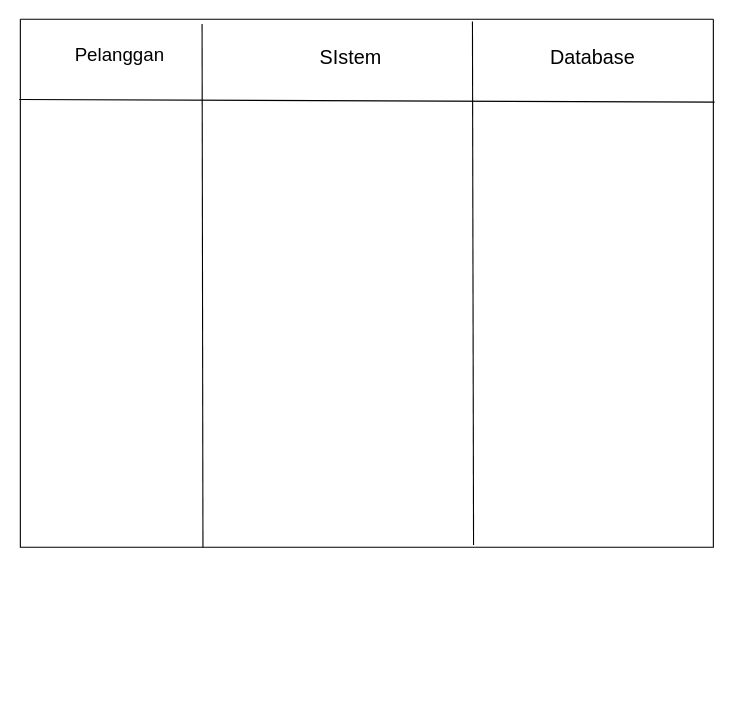
Before: 1.drawio in Amdfauzn/example, a draw.io diagram. Source tidied: cells renumbered, new cells numbered last; positions are measured from the earlier drawing's top-left corner, leaving out a move shared by most shapes. Both pictures are drawn from the tidied source at 110%, with x=0, y=0 at pixel (19, 19).
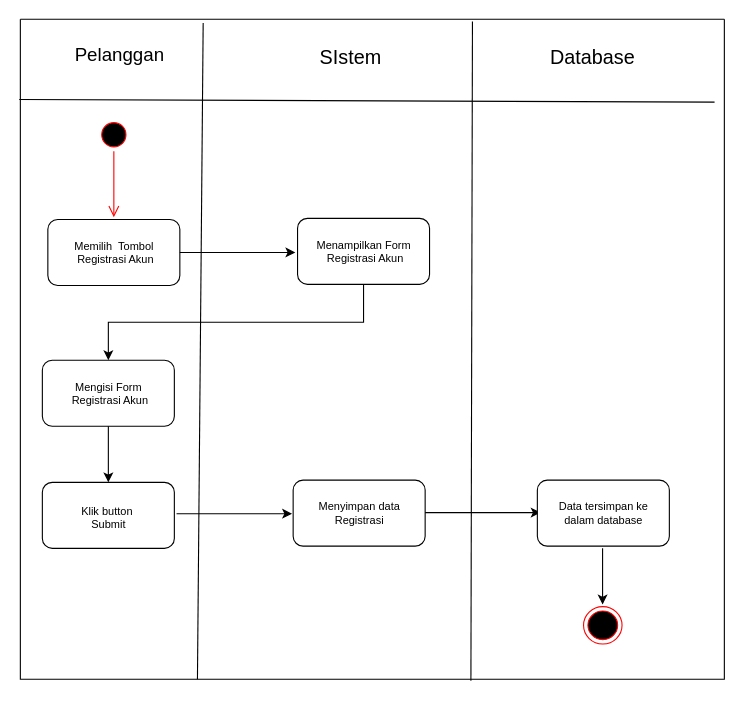
After the change.

What changed in the source:
```diff
@@
     <mxCell id="2" style="swimlane;startSize=0;" parent="1" vertex="1">
-      <mxGeometry x="1" width="630" height="480" as="geometry" />
+      <mxGeometry x="1" width="640" height="600" as="geometry" />
     </mxCell>
-    <mxCell id="3" style="endArrow=none;html=1;rounded=0;exitX=0.205;exitY=0.009;exitDx=0;exitDy=0;exitPerimeter=0;" parent="2" edge="1">
+    <mxCell id="3" style="endArrow=none;html=1;rounded=0;exitX=0.205;exitY=0.009;exitDx=0;exitDy=0;exitPerimeter=0;entryX=0.25;entryY=1;entryDx=0;entryDy=0;" parent="2" edge="1">
       <mxGeometry relative="1" as="geometry">
-        <mxPoint x="165.2" y="4.3" as="sourcePoint" />
-        <mxPoint x="166" y="480" as="targetPoint" />
+        <mxPoint x="166.2" y="3.3" as="sourcePoint" />
+        <mxPoint x="161" y="600" as="targetPoint" />
       </mxGeometry>
     </mxCell>
-    <mxCell id="4" style="endArrow=none;html=1;rounded=0;exitX=0.205;exitY=0.009;exitDx=0;exitDy=0;exitPerimeter=0;" parent="2" edge="1">
+    <mxCell id="4" style="endArrow=none;html=1;rounded=0;exitX=0.205;exitY=0.009;exitDx=0;exitDy=0;exitPerimeter=0;entryX=0.64;entryY=1.004;entryDx=0;entryDy=0;entryPerimeter=0;" parent="2" edge="1">
       <mxGeometry relative="1" as="geometry">
         <mxPoint x="411" y="2" as="sourcePoint" />
-        <mxPoint x="412" y="478" as="targetPoint" />
+        <mxPoint x="409.6" y="601.4" as="targetPoint" />
       </mxGeometry>
     </mxCell>
@@
+    <mxCell id="9" style="ellipse;html=1;shape=endState;fillColor=#000000;strokeColor=#ff0000;" parent="2" vertex="1">
+      <mxGeometry x="512" y="534" width="35" height="34" as="geometry" />
+    </mxCell>
+    <mxCell id="10" style="ellipse;html=1;shape=startState;fillColor=#000000;strokeColor=#ff0000;" parent="2" vertex="1">
+      <mxGeometry x="70" y="90" width="30" height="30" as="geometry" />
+    </mxCell>
+    <mxCell id="11" style="edgeStyle=orthogonalEdgeStyle;html=1;verticalAlign=bottom;endArrow=open;endSize=8;strokeColor=#ff0000;rounded=0;" parent="2" edge="1" source="10">
+      <mxGeometry relative="1" as="geometry">
+        <mxPoint x="85" y="180" as="targetPoint" />
+      </mxGeometry>
+    </mxCell>
+    <mxCell id="12" style="rounded=1;whiteSpace=wrap;html=1;" parent="2" vertex="1">
+      <mxGeometry x="25" y="182" width="120" height="60" as="geometry" />
+    </mxCell>
+    <mxCell id="13" style="rounded=1;whiteSpace=wrap;html=1;" parent="2" vertex="1">
+      <mxGeometry x="252" y="181" width="120" height="60" as="geometry" />
+    </mxCell>
+    <mxCell id="14" style="rounded=1;whiteSpace=wrap;html=1;" parent="2" vertex="1">
+      <mxGeometry x="20" y="310" width="120" height="60" as="geometry" />
+    </mxCell>
+    <mxCell id="15" style="endArrow=classic;html=1;rounded=0;exitX=0.5;exitY=1;exitDx=0;exitDy=0;edgeStyle=orthogonalEdgeStyle;" parent="2" edge="1" source="13" target="14">
+      <mxGeometry relative="1" as="geometry" />
+    </mxCell>
+    <mxCell id="16" style="rounded=1;whiteSpace=wrap;html=1;" parent="2" vertex="1">
+      <mxGeometry x="20" y="421" width="120" height="60" as="geometry" />
+    </mxCell>
+    <mxCell id="17" style="endArrow=classic;html=1;rounded=0;exitX=0.5;exitY=1;exitDx=0;exitDy=0;" parent="2" edge="1" source="14" target="16">
+      <mxGeometry relative="1" as="geometry">
+        <Array as="points">
+          <mxPoint x="80" y="420" />
+        </Array>
+      </mxGeometry>
+    </mxCell>
+    <mxCell id="18" style="endArrow=classic;html=1;rounded=0;" parent="2" edge="1">
+      <mxGeometry relative="1" as="geometry">
+        <mxPoint x="142" y="449.5" as="sourcePoint" />
+        <mxPoint x="247" y="449.5" as="targetPoint" />
+      </mxGeometry>
+    </mxCell>
+    <mxCell id="19" style="rounded=1;whiteSpace=wrap;html=1;" parent="2" vertex="1">
+      <mxGeometry x="248" y="419" width="120" height="60" as="geometry" />
+    </mxCell>
+    <mxCell id="20" style="endArrow=classic;html=1;rounded=0;" parent="2" edge="1">
+      <mxGeometry relative="1" as="geometry">
+        <mxPoint x="368" y="448.5" as="sourcePoint" />
+        <mxPoint x="473" y="448.5" as="targetPoint" />
+      </mxGeometry>
+    </mxCell>
+    <mxCell id="21" style="rounded=1;whiteSpace=wrap;html=1;" parent="2" vertex="1">
+      <mxGeometry x="470" y="419" width="120" height="60" as="geometry" />
+    </mxCell>
+    <mxCell id="22" style="endArrow=classic;html=1;rounded=0;exitX=0.5;exitY=1;exitDx=0;exitDy=0;" parent="2" edge="1">
+      <mxGeometry relative="1" as="geometry">
+        <mxPoint x="529.3" y="481" as="sourcePoint" />
+        <mxPoint x="529.3" y="532" as="targetPoint" />
+        <Array as="points">
+          <mxPoint x="529.3" y="531" />
+        </Array>
+      </mxGeometry>
+    </mxCell>
+    <mxCell id="23" value="Memilih&amp;nbsp; Tombol&lt;br&gt;&amp;nbsp;Registrasi Akun" style="text;html=1;align=center;verticalAlign=middle;fontSize=10;" parent="2" vertex="1">
+      <mxGeometry x="35" y="192" width="100" height="40" as="geometry" />
+    </mxCell>
+    <mxCell id="24" value="Menampilkan Form&lt;br&gt;&amp;nbsp;Registrasi Akun" style="text;html=1;align=center;verticalAlign=middle;fontSize=10;" parent="2" vertex="1">
+      <mxGeometry x="257" y="191" width="110" height="40" as="geometry" />
+    </mxCell>
+    <mxCell id="25" value="Mengisi Form&lt;br&gt;&amp;nbsp;Registrasi Akun" style="text;html=1;align=center;verticalAlign=middle;fontSize=10;" parent="2" vertex="1">
+      <mxGeometry x="30" y="320" width="100" height="40" as="geometry" />
+    </mxCell>
+    <mxCell id="26" value="Klik button&amp;nbsp;&lt;div&gt;Submit&lt;/div&gt;" style="text;html=1;align=center;verticalAlign=middle;fontSize=10;" parent="2" vertex="1">
+      <mxGeometry x="45" y="433" width="70" height="40" as="geometry" />
+    </mxCell>
+    <mxCell id="27" value="Menyimpan data&lt;div&gt;Registrasi&lt;/div&gt;" style="text;html=1;align=center;verticalAlign=middle;fontSize=10;" parent="2" vertex="1">
+      <mxGeometry x="258" y="429" width="100" height="40" as="geometry" />
+    </mxCell>
+    <mxCell id="28" value="Data tersimpan ke&lt;div&gt;dalam database&lt;/div&gt;" style="text;html=1;align=center;verticalAlign=middle;fontSize=10;" parent="2" vertex="1">
+      <mxGeometry x="480" y="429" width="100" height="40" as="geometry" />
+    </mxCell>
@@
+    <mxCell id="29" style="endArrow=classic;html=1;rounded=0;" parent="1" edge="1" source="12">
+      <mxGeometry relative="1" as="geometry">
+        <mxPoint x="251" y="212" as="targetPoint" />
+      </mxGeometry>
+    </mxCell>
```
